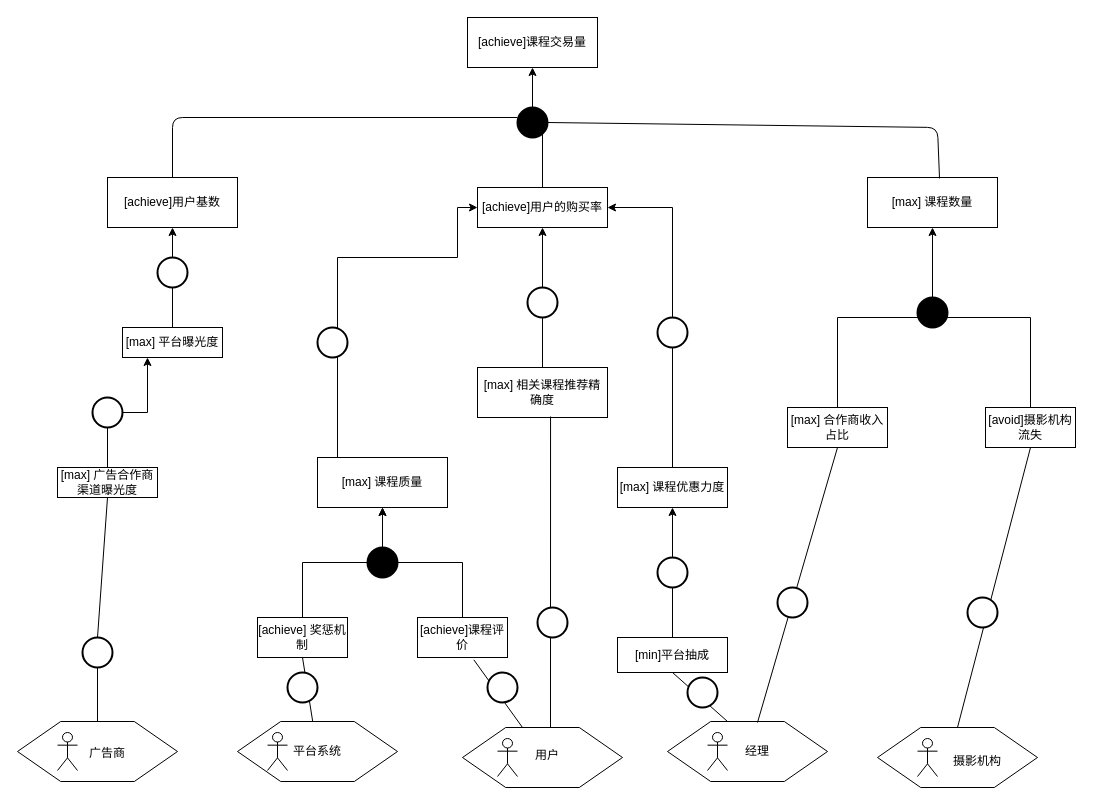
Silver-2333/myfile keeps this draw.io diagram as 课程交易加主体.drawio. Above is the earlier version. Source tidied: cells renumbered, new cells numbered last; positions are measured from the earlier drawing's top-left corner, leaving out a move shared by most shapes. Both pictures are drawn from the tidied source at 100%, with x=0, y=0 at pixel (17, 17).
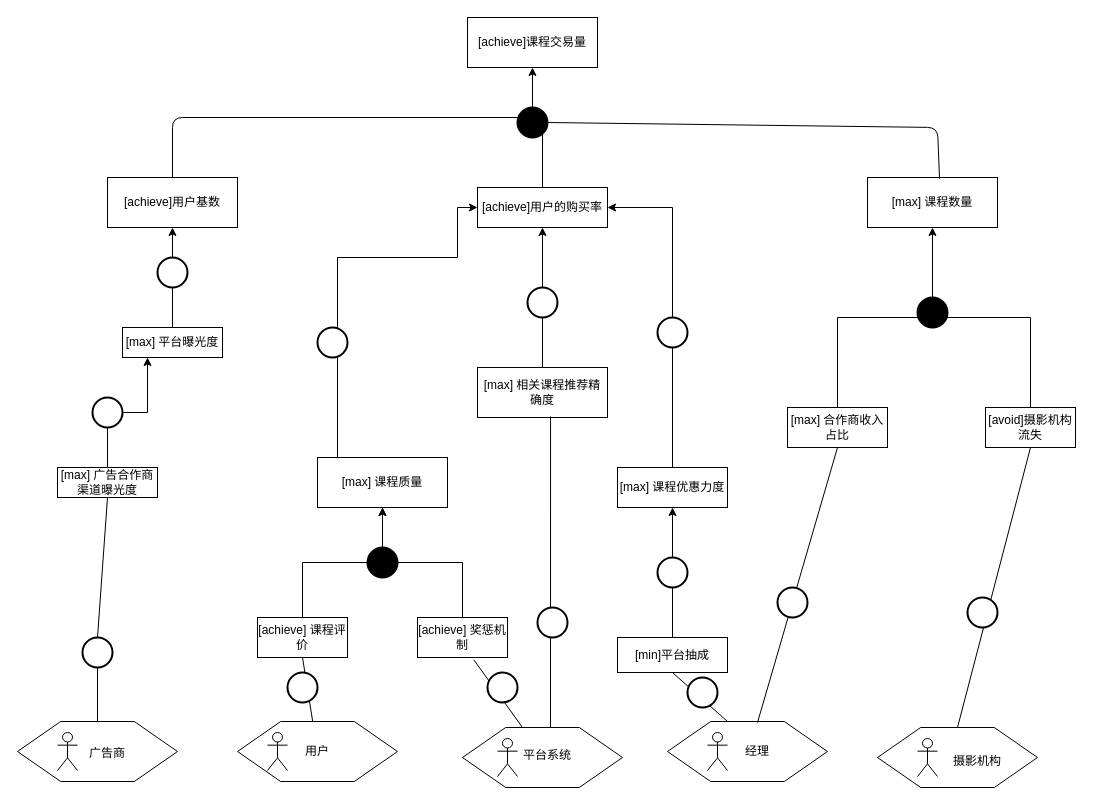
The same page after the edit.

Commit message:
Update 课程交易加主体.drawio

Change to the diagram source:
```diff
@@
-    <mxCell id="18" value="[achieve]课程评价" style="rounded=0;whiteSpace=wrap;html=1;" parent="1" vertex="1">
+    <mxCell id="18" value="[achieve] 奖惩机制" style="rounded=0;whiteSpace=wrap;html=1;" parent="1" vertex="1">
       <mxGeometry x="400" y="600" width="90" height="40" as="geometry" />
     </mxCell>
@@
-    <mxCell id="20" value="[achieve] 奖惩机制" style="rounded=0;whiteSpace=wrap;html=1;" parent="1" vertex="1">
+    <mxCell id="20" value="[achieve] 课程评价" style="rounded=0;whiteSpace=wrap;html=1;" parent="1" vertex="1">
       <mxGeometry x="240" y="600" width="90" height="40" as="geometry" />
     </mxCell>
@@
-    <mxCell id="44" value="平台系统" style="text;html=1;strokeColor=none;fillColor=none;align=center;verticalAlign=middle;whiteSpace=wrap;rounded=0;" parent="1" vertex="1">
+    <mxCell id="44" value="用户" style="text;html=1;strokeColor=none;fillColor=none;align=center;verticalAlign=middle;whiteSpace=wrap;rounded=0;" parent="1" vertex="1">
       <mxGeometry x="270" y="719" width="60" height="30" as="geometry" />
     </mxCell>
@@
-    <mxCell id="47" value="用户" style="text;html=1;strokeColor=none;fillColor=none;align=center;verticalAlign=middle;whiteSpace=wrap;rounded=0;" parent="1" vertex="1">
+    <mxCell id="47" value="平台系统" style="text;html=1;strokeColor=none;fillColor=none;align=center;verticalAlign=middle;whiteSpace=wrap;rounded=0;" parent="1" vertex="1">
       <mxGeometry x="500" y="723" width="60" height="30" as="geometry" />
     </mxCell>
```
